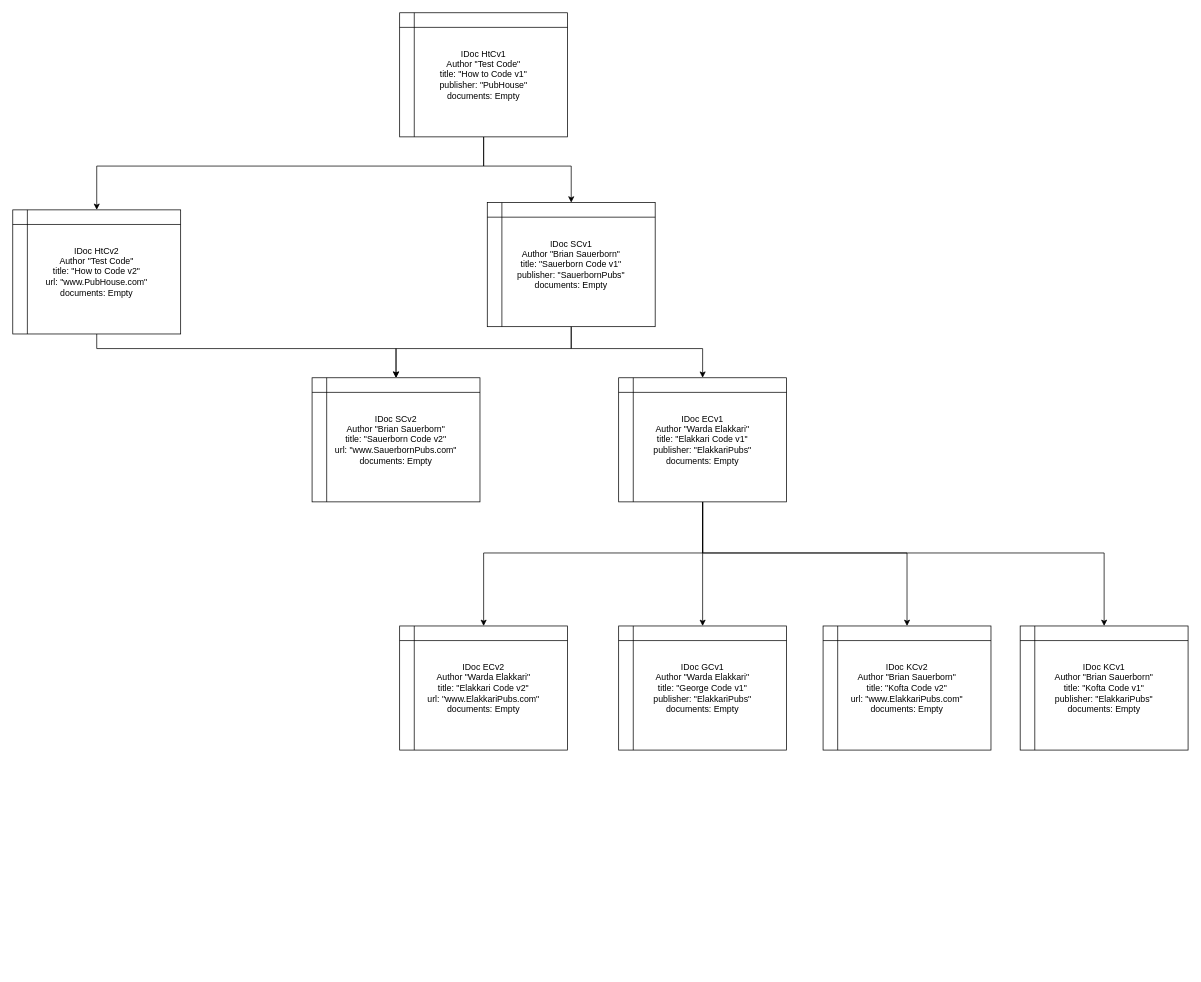
The draw.io diagram page "object_diagram" (2 of 2) of CS2510_Problem_8.drawio in sauerBT/PersonalRepo, before the edit. Source tidied: cells renumbered, new cells numbered last; positions are measured from the earlier drawing's top-left corner, leaving out a move shared by most shapes. Both pictures are drawn from the tidied source at 73%, with x=0, y=0 at pixel (12, 12).
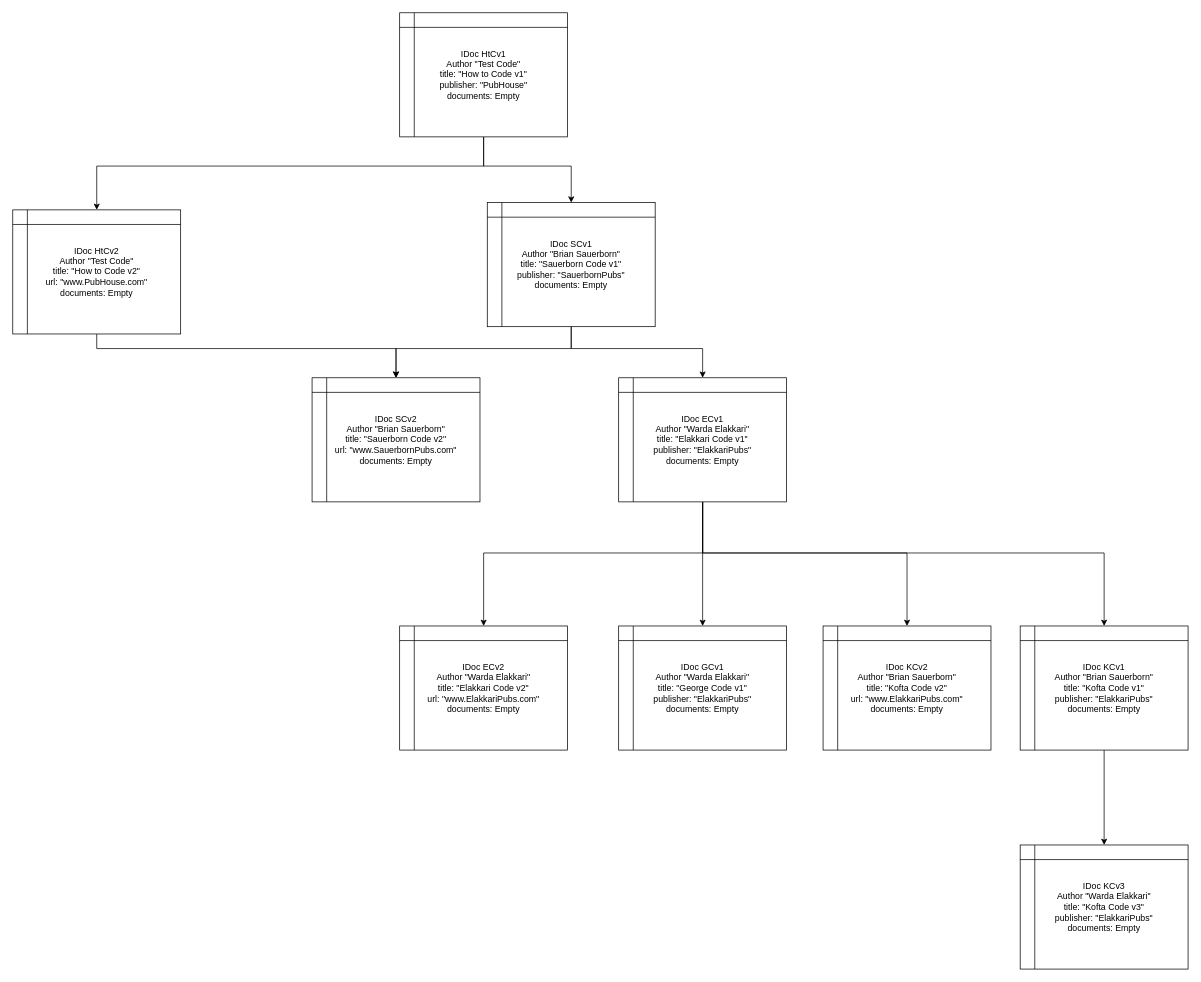
After the change.

The change refers to these unchanged cells:
```xml
<mxCell id="19" value="&lt;div&gt;IDoc KCv1&lt;br&gt;&lt;/div&gt;&lt;div&gt;Author &quot;Brian Sauerborn&quot;&lt;br&gt;&lt;/div&gt;&lt;div&gt;title: &quot;Kofta Code v1&quot;&lt;/div&gt;&lt;div&gt;publisher: &quot;ElakkariPubs&quot;&lt;/div&gt;&lt;div&gt;documents: Empty&lt;br&gt;&lt;/div&gt;" style="shape=internalStorage;whiteSpace=wrap;html=1;backgroundOutline=1;" parent="1" vertex="1">
  <mxGeometry x="1380" y="840" width="230" height="170" as="geometry" />
</mxCell>
```

Diff of the diagram source:
```diff
@@
+    <mxCell id="20" style="edgeStyle=orthogonalEdgeStyle;rounded=0;jettySize=auto;html=1;exitX=0.5;exitY=1;exitDx=0;exitDy=0;" parent="1" edge="1" source="19" target="21">
+      <mxGeometry relative="1" as="geometry" />
+    </mxCell>
@@
+    <mxCell id="21" value="&lt;div&gt;IDoc KCv3&lt;br&gt;&lt;/div&gt;&lt;div&gt;Author &quot;Warda Elakkari&quot;&lt;br&gt;&lt;/div&gt;&lt;div&gt;title: &quot;Kofta Code v3&quot;&lt;/div&gt;&lt;div&gt;publisher: &quot;ElakkariPubs&quot;&lt;/div&gt;&lt;div&gt;documents: Empty&lt;br&gt;&lt;/div&gt;" style="shape=internalStorage;whiteSpace=wrap;html=1;backgroundOutline=1;" parent="1" vertex="1">
+      <mxGeometry x="1380" y="1140" width="230" height="170" as="geometry" />
+    </mxCell>
```
